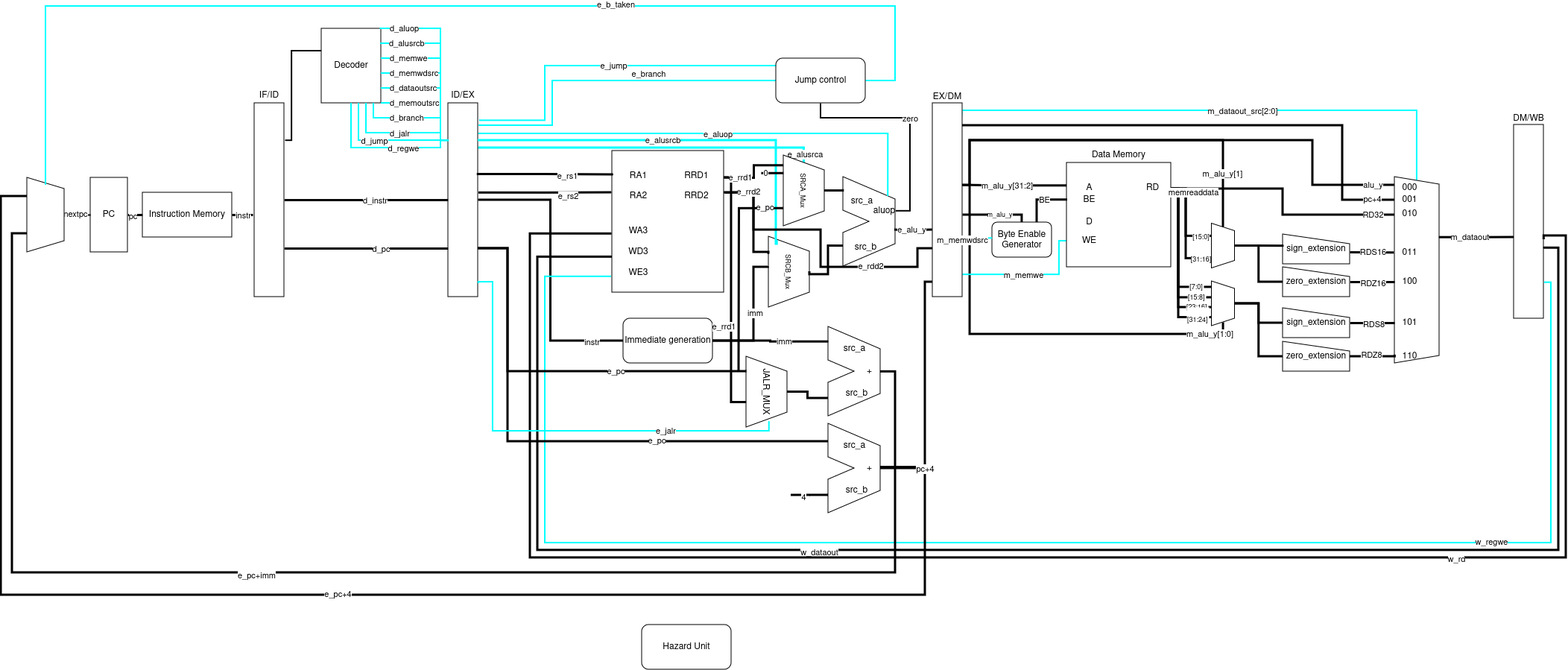
The draw.io diagram Zeptron-Sketch.png in zDox/Zeptron, before a commit. Source tidied: cells renumbered, new cells last; positions are measured from the earlier drawing's top-left corner, leaving out a move shared by most shapes.
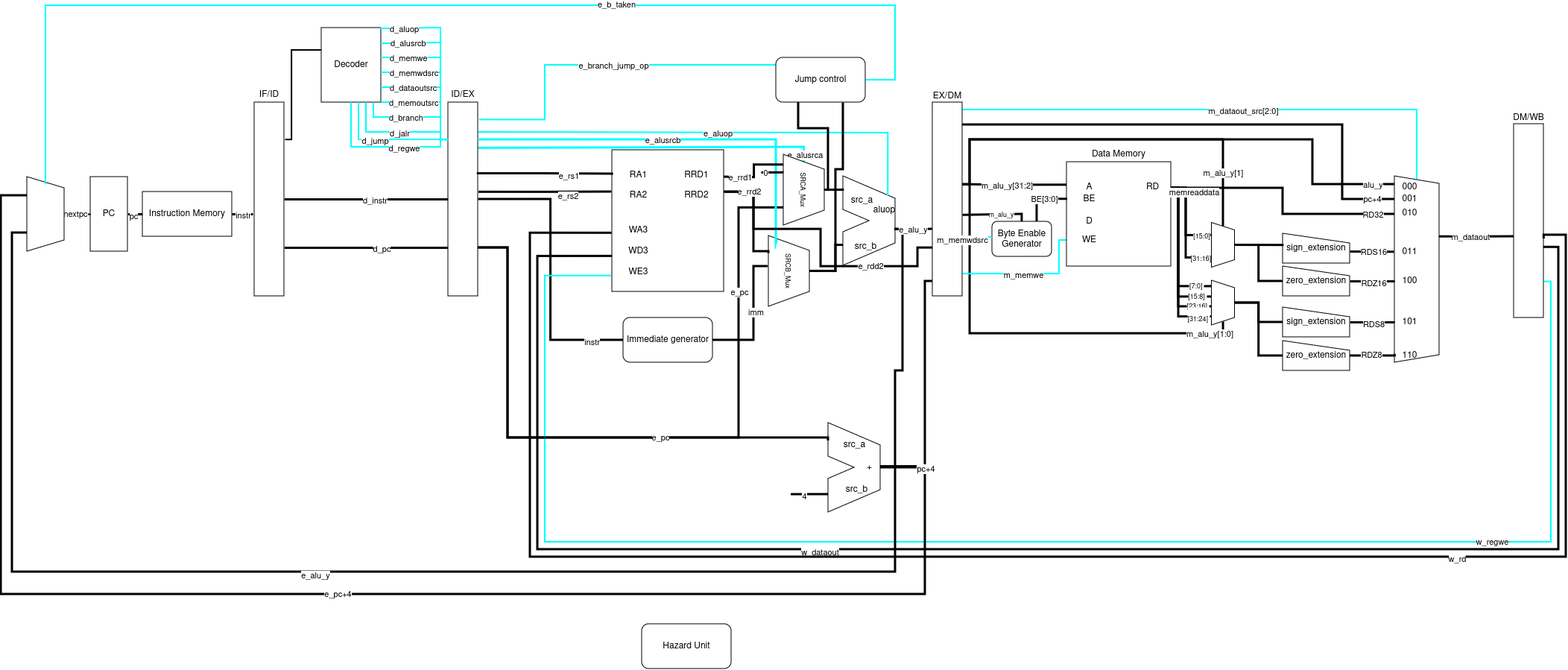
The same diagram one commit later.

What changed in the source:
```diff
@@ -2,6 +2,21 @@
   <root>
     <mxCell id="0" />
     <mxCell id="1" parent="0" />
+    <mxCell id="183" style="edgeStyle=orthogonalEdgeStyle;rounded=0;jettySize=auto;html=1;exitX=0.75;exitY=1;exitDx=0;exitDy=0;strokeWidth=3;endArrow=none;endFill=0;entryX=1;entryY=0.75;entryDx=0;entryDy=0;" parent="1" edge="1" source="185" target="34">
+      <mxGeometry relative="1" as="geometry">
+        <Array as="points">
+          <mxPoint x="990" y="271" />
+          <mxPoint x="990" y="580" />
+          <mxPoint x="680" y="580" />
+          <mxPoint x="680" y="325" />
+        </Array>
+      </mxGeometry>
+    </mxCell>
+    <mxCell id="184" value="e_pc" style="edgeLabel;html=1;align=center;verticalAlign=middle;" parent="183" vertex="1">
+      <mxGeometry x="-0.82" y="1" relative="1" as="geometry">
+        <mxPoint x="-1" y="86" as="offset" />
+      </mxGeometry>
+    </mxCell>
     <mxCell id="2" style="edgeStyle=orthogonalEdgeStyle;rounded=0;jettySize=auto;html=1;exitX=1;exitY=0.5;exitDx=0;exitDy=0;entryX=0;entryY=0.5;entryDx=0;entryDy=0;strokeWidth=3;endArrow=none;endFill=0;" parent="1" edge="1" source="4" target="112">
       <mxGeometry relative="1" as="geometry" />
     </mxCell>
@@ -191,17 +206,6 @@
         <mxPoint x="17" y="4" as="offset" />
       </mxGeometry>
     </mxCell>
-    <mxCell id="48" style="edgeStyle=orthogonalEdgeStyle;rounded=0;orthogonalLoop=1;jettySize=auto;html=1;exitX=1;exitY=0.5;exitDx=0;exitDy=0;exitPerimeter=0;entryX=0.022;entryY=0.611;entryDx=0;entryDy=0;entryPerimeter=0;startSize=6;targetPerimeterSpacing=0;strokeWidth=3;endArrow=none;endFill=0;" parent="1" edge="1">
-      <mxGeometry relative="1" as="geometry">
-        <mxPoint x="1199.1" y="300.1" as="sourcePoint" />
-        <mxPoint x="1250" y="300" as="targetPoint" />
-      </mxGeometry>
-    </mxCell>
-    <mxCell id="49" value="e_alu_y" style="edgeLabel;html=1;align=center;verticalAlign=middle;" parent="48" vertex="1">
-      <mxGeometry x="0.38" y="-2" relative="1" as="geometry">
-        <mxPoint x="-12" y="-2" as="offset" />
-      </mxGeometry>
-    </mxCell>
     <mxCell id="50" value="DM/WB" style="rounded=0;whiteSpace=wrap;html=1;labelPosition=center;verticalLabelPosition=top;align=center;verticalAlign=bottom;spacing=0;" parent="1" vertex="1">
       <mxGeometry x="2030" y="159" width="40" height="260" as="geometry" />
     </mxCell>
@@ -245,15 +249,23 @@
     <mxCell id="56" value="w_regwe" style="edgeLabel;html=1;align=center;verticalAlign=middle;" parent="55" vertex="1">
       <mxGeometry x="-0.59" y="-1" relative="1" as="geometry" />
     </mxCell>
+    <mxCell id="205" style="edgeStyle=orthogonalEdgeStyle;rounded=0;jettySize=auto;html=1;entryX=0.75;entryY=1;entryDx=0;entryDy=0;strokeWidth=3;endArrow=none;endFill=0;" parent="1" edge="1" source="57" target="179">
+      <mxGeometry relative="1" as="geometry">
+        <Array as="points">
+          <mxPoint x="1120" y="357" />
+          <mxPoint x="1120" y="220" />
+          <mxPoint x="1130" y="220" />
+        </Array>
+      </mxGeometry>
+    </mxCell>
     <mxCell id="57" value="&lt;font style=&quot;font-size: 9px;&quot;&gt;SRCB_Mux&lt;/font&gt;" style="shape=trapezoid;perimeter=trapezoidPerimeter;whiteSpace=wrap;html=1;fixedSize=1;rotation=90;" parent="1" vertex="1">
       <mxGeometry x="1010" y="329" width="95" height="55" as="geometry" />
     </mxCell>
     <mxCell id="58" style="edgeStyle=orthogonalEdgeStyle;rounded=0;jettySize=auto;html=1;exitX=0.5;exitY=0;exitDx=0;exitDy=0;entryX=0.001;entryY=0.772;entryDx=0;entryDy=0;entryPerimeter=0;endArrow=none;endFill=0;strokeWidth=3;" parent="1" edge="1" source="57" target="16">
       <mxGeometry relative="1" as="geometry">
         <Array as="points">
-          <mxPoint x="1085" y="360" />
-          <mxPoint x="1110" y="360" />
-          <mxPoint x="1110" y="322" />
+          <mxPoint x="1120" y="357" />
+          <mxPoint x="1120" y="322" />
         </Array>
       </mxGeometry>
     </mxCell>
@@ -605,33 +617,6 @@
         <mxPoint x="-2" as="offset" />
       </mxGeometry>
     </mxCell>
-    <mxCell id="125" style="edgeStyle=orthogonalEdgeStyle;rounded=0;jettySize=auto;html=1;exitX=1.017;exitY=0.382;exitDx=0;exitDy=0;exitPerimeter=0;entryX=0.5;entryY=1;entryDx=0;entryDy=0;strokeWidth=2;endArrow=none;endFill=0;" parent="1" edge="1" source="16" target="179">
-      <mxGeometry relative="1" as="geometry">
-        <Array as="points">
-          <mxPoint x="1220" y="275" />
-          <mxPoint x="1220" y="150" />
-          <mxPoint x="1100" y="150" />
-          <mxPoint x="1100" y="130" />
-        </Array>
-      </mxGeometry>
-    </mxCell>
-    <mxCell id="126" value="zero" style="edgeLabel;html=1;align=center;verticalAlign=middle;" parent="125" vertex="1">
-      <mxGeometry x="0.01" relative="1" as="geometry" />
-    </mxCell>
-    <mxCell id="127" style="edgeStyle=orthogonalEdgeStyle;rounded=0;jettySize=auto;html=1;entryX=0;entryY=0.5;entryDx=0;entryDy=0;strokeColor=#00FFFF;strokeWidth=2;endArrow=none;endFill=0;" parent="1" edge="1" target="179">
-      <mxGeometry relative="1" as="geometry">
-        <mxPoint x="641" y="160" as="sourcePoint" />
-        <Array as="points">
-          <mxPoint x="740" y="160" />
-          <mxPoint x="740" y="100" />
-        </Array>
-      </mxGeometry>
-    </mxCell>
-    <mxCell id="128" value="e_branch" style="edgeLabel;html=1;align=center;verticalAlign=middle;" parent="127" vertex="1">
-      <mxGeometry x="-0.25" relative="1" as="geometry">
-        <mxPoint x="115" y="-9" as="offset" />
-      </mxGeometry>
-    </mxCell>
     <mxCell id="129" style="edgeStyle=orthogonalEdgeStyle;rounded=0;jettySize=auto;html=1;entryX=0.008;entryY=0.192;entryDx=0;entryDy=0;entryPerimeter=0;strokeColor=#00FFFF;endArrow=none;endFill=0;strokeWidth=2;" parent="1" edge="1" target="34">
       <mxGeometry relative="1" as="geometry">
         <mxPoint x="500" y="130" as="sourcePoint" />
@@ -657,36 +642,7 @@
     <mxCell id="133" style="shape=trapezoid;perimeter=trapezoidPerimeter;whiteSpace=wrap;html=1;fixedSize=1;rotation=90;size=15;" parent="1" vertex="1">
       <mxGeometry x="10" y="255" width="100" height="50" as="geometry" />
     </mxCell>
-    <mxCell id="134" style="group;" parent="1" vertex="1">
-      <mxGeometry x="1100" y="430" width="95" height="120" as="geometry" />
-    </mxCell>
-    <mxCell id="135" style="shape=(stored shape, 348 characters);whiteSpace=wrap;html=1;" parent="134" vertex="1">
-      <mxGeometry x="10" width="70" height="120" as="geometry" />
-    </mxCell>
-    <mxCell id="136" value="src_a" style="text;html=1;align=center;verticalAlign=middle;strokeColor=none;fillColor=none;" parent="134" vertex="1">
-      <mxGeometry x="20" y="15" width="50" height="30" as="geometry" />
-    </mxCell>
-    <mxCell id="137" value="src_b" style="text;html=1;align=center;verticalAlign=middle;strokeColor=none;fillColor=none;" parent="134" vertex="1">
-      <mxGeometry x="22.5" y="75" width="50" height="30" as="geometry" />
-    </mxCell>
-    <mxCell id="138" value="+" style="text;html=1;align=center;verticalAlign=middle;points=[];strokeColor=none;fillColor=none;" parent="134" vertex="1">
-      <mxGeometry x="50" y="45" width="30" height="30" as="geometry" />
-    </mxCell>
-    <mxCell id="139" style="edgeStyle=orthogonalEdgeStyle;rounded=0;jettySize=auto;html=1;exitX=1;exitY=0.75;exitDx=0;exitDy=0;strokeWidth=3;endArrow=none;endFill=0;entryX=0.208;entryY=1.025;entryDx=0;entryDy=0;entryPerimeter=0;" parent="1" edge="1" source="34" target="163">
-      <mxGeometry relative="1" as="geometry">
-        <Array as="points">
-          <mxPoint x="680" y="325" />
-          <mxPoint x="680" y="490" />
-          <mxPoint x="1001" y="490" />
-        </Array>
-      </mxGeometry>
-    </mxCell>
-    <mxCell id="140" value="e_pc" style="edgeLabel;html=1;align=center;verticalAlign=middle;" parent="139" vertex="1">
-      <mxGeometry x="0.29" y="-2" relative="1" as="geometry">
-        <mxPoint x="8" y="-2" as="offset" />
-      </mxGeometry>
-    </mxCell>
-    <mxCell id="141" value="Immediate generation " style="rounded=1;whiteSpace=wrap;html=1;" parent="1" vertex="1">
+    <mxCell id="141" value="Immediate generator" style="rounded=1;whiteSpace=wrap;html=1;" parent="1" vertex="1">
       <mxGeometry x="835" y="419" width="120" height="60" as="geometry" />
     </mxCell>
     <mxCell id="142" style="edgeStyle=orthogonalEdgeStyle;rounded=0;jettySize=auto;html=1;exitX=1;exitY=0.5;exitDx=0;exitDy=0;entryX=0.421;entryY=1.016;entryDx=0;entryDy=0;entryPerimeter=0;strokeWidth=3;endArrow=none;endFill=0;" parent="1" edge="1" source="141" target="57">
@@ -701,15 +657,11 @@
     <mxCell id="143" value="imm" style="edgeLabel;html=1;align=center;verticalAlign=middle;" parent="142" vertex="1">
       <mxGeometry x="0.06" y="-2" relative="1" as="geometry" />
     </mxCell>
-    <mxCell id="144" style="edgeStyle=orthogonalEdgeStyle;rounded=0;jettySize=auto;html=1;exitX=1;exitY=0.5;exitDx=0;exitDy=0;entryX=0.007;entryY=0.168;entryDx=0;entryDy=0;entryPerimeter=0;strokeWidth=3;endArrow=none;endFill=0;" parent="1" edge="1" source="141" target="135">
-      <mxGeometry relative="1" as="geometry" />
-    </mxCell>
-    <mxCell id="145" value="imm" style="edgeLabel;html=1;align=center;verticalAlign=middle;" parent="144" vertex="1">
-      <mxGeometry x="0.24" relative="1" as="geometry" />
-    </mxCell>
-    <mxCell id="146" style="edgeStyle=orthogonalEdgeStyle;rounded=0;jettySize=auto;html=1;entryX=0.75;entryY=1;entryDx=0;entryDy=0;strokeWidth=3;endArrow=none;endFill=0;exitX=1.011;exitY=0.511;exitDx=0;exitDy=0;exitPerimeter=0;" parent="1" edge="1" source="138" target="133">
+    <mxCell id="146" style="edgeStyle=orthogonalEdgeStyle;rounded=0;jettySize=auto;html=1;entryX=0.75;entryY=1;entryDx=0;entryDy=0;strokeWidth=3;endArrow=none;endFill=0;exitX=0.992;exitY=0.594;exitDx=0;exitDy=0;exitPerimeter=0;" parent="1" edge="1" source="16" target="133">
       <mxGeometry relative="1" as="geometry">
         <Array as="points">
+          <mxPoint x="1210" y="300" />
+          <mxPoint x="1210" y="490" />
           <mxPoint x="1200" y="490" />
           <mxPoint x="1200" y="760" />
           <mxPoint x="15" y="760" />
@@ -717,7 +669,7 @@
         </Array>
       </mxGeometry>
     </mxCell>
-    <mxCell id="147" value="e_pc+imm" style="edgeLabel;html=1;align=center;verticalAlign=middle;" parent="146" vertex="1">
+    <mxCell id="147" value="e_alu_y" style="edgeLabel;html=1;align=center;verticalAlign=middle;" parent="146" vertex="1">
       <mxGeometry x="0.18" y="4" relative="1" as="geometry" />
     </mxCell>
     <mxCell id="148" style="group;" parent="1" vertex="1">
@@ -747,7 +699,8 @@
       <mxGeometry relative="1" as="geometry">
         <Array as="points">
           <mxPoint x="680" y="325" />
-          <mxPoint x="680" y="584" />
+          <mxPoint x="680" y="580" />
+          <mxPoint x="1110" y="580" />
         </Array>
       </mxGeometry>
     </mxCell>
@@ -801,25 +754,6 @@
         <mxPoint x="229" y="100" as="offset" />
       </mxGeometry>
     </mxCell>
-    <mxCell id="163" value="JALR_MUX" style="shape=trapezoid;perimeter=trapezoidPerimeter;whiteSpace=wrap;html=1;fixedSize=1;rotation=90;" parent="1" vertex="1">
-      <mxGeometry x="980" y="490" width="95" height="55" as="geometry" />
-    </mxCell>
-    <mxCell id="164" style="edgeStyle=orthogonalEdgeStyle;rounded=0;jettySize=auto;html=1;exitX=0.5;exitY=0;exitDx=0;exitDy=0;entryX=0;entryY=0.8;entryDx=0;entryDy=0;entryPerimeter=0;endArrow=none;endFill=0;endSize=6;strokeWidth=3;" parent="1" edge="1" source="163" target="135">
-      <mxGeometry relative="1" as="geometry" />
-    </mxCell>
-    <mxCell id="165" style="edgeStyle=orthogonalEdgeStyle;rounded=0;jettySize=auto;html=1;exitX=0.646;exitY=0.996;exitDx=0;exitDy=0;entryX=1.002;entryY=0.189;entryDx=0;entryDy=0;entryPerimeter=0;strokeWidth=3;endArrow=none;endFill=0;exitPerimeter=0;" parent="1" edge="1" source="163" target="7">
-      <mxGeometry relative="1" as="geometry">
-        <Array as="points">
-          <mxPoint x="980" y="531" />
-          <mxPoint x="980" y="230" />
-        </Array>
-      </mxGeometry>
-    </mxCell>
-    <mxCell id="166" value="e_rrd1" style="edgeLabel;html=1;align=center;verticalAlign=middle;" parent="165" vertex="1">
-      <mxGeometry x="-0.32" y="1" relative="1" as="geometry">
-        <mxPoint x="-9" y="-9" as="offset" />
-      </mxGeometry>
-    </mxCell>
     <mxCell id="167" style="edgeStyle=orthogonalEdgeStyle;rounded=0;jettySize=auto;html=1;exitX=0;exitY=0.75;exitDx=0;exitDy=0;entryX=1.008;entryY=0.296;entryDx=0;entryDy=0;entryPerimeter=0;endArrow=none;endFill=0;strokeWidth=3;" parent="1" edge="1" source="43" target="7">
       <mxGeometry relative="1" as="geometry">
         <Array as="points">
@@ -848,19 +782,6 @@
     <mxCell id="170" value="e_rrd2" style="edgeLabel;html=1;align=center;verticalAlign=middle;" parent="169" vertex="1">
       <mxGeometry x="-0.55" y="1" relative="1" as="geometry" />
     </mxCell>
-    <mxCell id="171" style="edgeStyle=orthogonalEdgeStyle;rounded=0;jettySize=auto;html=1;exitX=1.02;exitY=0.929;exitDx=0;exitDy=0;entryX=0.917;entryY=0.44;entryDx=0;entryDy=0;entryPerimeter=0;exitPerimeter=0;strokeWidth=2;strokeColor=#00FFFF;endArrow=none;endFill=0;" parent="1" edge="1" source="34" target="163">
-      <mxGeometry relative="1" as="geometry">
-        <Array as="points">
-          <mxPoint x="641" y="370" />
-          <mxPoint x="660" y="370" />
-          <mxPoint x="660" y="570" />
-          <mxPoint x="1031" y="570" />
-        </Array>
-      </mxGeometry>
-    </mxCell>
-    <mxCell id="172" value="e_jalr" style="edgeLabel;html=1;align=center;verticalAlign=middle;" parent="171" vertex="1">
-      <mxGeometry x="0.5" relative="1" as="geometry" />
-    </mxCell>
     <mxCell id="173" style="edgeStyle=orthogonalEdgeStyle;rounded=0;jettySize=auto;html=1;exitX=0.75;exitY=1;exitDx=0;exitDy=0;entryX=0.032;entryY=0.194;entryDx=0;entryDy=0;entryPerimeter=0;strokeWidth=2;endArrow=none;endFill=0;strokeColor=#00FFFF;" parent="1" edge="1" source="5" target="34">
       <mxGeometry relative="1" as="geometry">
         <Array as="points">
@@ -896,7 +817,7 @@
         </Array>
       </mxGeometry>
     </mxCell>
-    <mxCell id="178" value="e_jump" style="edgeLabel;html=1;align=center;verticalAlign=middle;" parent="177" vertex="1">
+    <mxCell id="178" value="e_branch_jump_op" style="edgeLabel;html=1;align=center;verticalAlign=middle;" parent="177" vertex="1">
       <mxGeometry x="0.07" relative="1" as="geometry" />
     </mxCell>
     <mxCell id="179" value="Jump control" style="rounded=1;whiteSpace=wrap;html=1;" parent="1" vertex="1">
@@ -913,16 +834,6 @@
     <mxCell id="182" value="0" style="edgeLabel;html=1;align=center;verticalAlign=middle;" parent="181" vertex="1">
       <mxGeometry x="0.6" relative="1" as="geometry" />
     </mxCell>
-    <mxCell id="183" style="edgeStyle=orthogonalEdgeStyle;rounded=0;jettySize=auto;html=1;exitX=0.75;exitY=1;exitDx=0;exitDy=0;strokeWidth=3;endArrow=none;endFill=0;" parent="1" edge="1" source="185">
-      <mxGeometry relative="1" as="geometry">
-        <mxPoint x="990" y="490" as="targetPoint" />
-      </mxGeometry>
-    </mxCell>
-    <mxCell id="184" value="e_pc" style="edgeLabel;html=1;align=center;verticalAlign=middle;" parent="183" vertex="1">
-      <mxGeometry x="-0.82" y="1" relative="1" as="geometry">
-        <mxPoint y="-2" as="offset" />
-      </mxGeometry>
-    </mxCell>
     <mxCell id="185" value="&lt;div&gt;&lt;font style=&quot;font-size: 9px;&quot;&gt;SRCA_Mux&lt;/font&gt;&lt;/div&gt;" style="shape=trapezoid;perimeter=trapezoidPerimeter;whiteSpace=wrap;html=1;fixedSize=1;rotation=90;" parent="1" vertex="1">
       <mxGeometry x="1030" y="220" width="95" height="55" as="geometry" />
     </mxCell>
@@ -1009,10 +920,30 @@
     <mxCell id="203" style="edgeStyle=orthogonalEdgeStyle;rounded=0;jettySize=auto;html=1;exitX=0.75;exitY=0;exitDx=0;exitDy=0;entryX=0.007;entryY=0.355;entryDx=0;entryDy=0;entryPerimeter=0;strokeWidth=3;endArrow=none;endFill=0;" parent="1" edge="1" source="200" target="62">
       <mxGeometry relative="1" as="geometry" />
     </mxCell>
-    <mxCell id="204" value="BE" style="edgeLabel;html=1;align=center;verticalAlign=middle;rotation=0;" parent="203" vertex="1">
+    <mxCell id="204" value="BE[3:0]" style="edgeLabel;html=1;align=center;verticalAlign=middle;rotation=0;" parent="203" vertex="1">
       <mxGeometry x="0.49" relative="1" as="geometry">
         <mxPoint x="-13" as="offset" />
       </mxGeometry>
     </mxCell>
+    <mxCell id="206" style="edgeStyle=orthogonalEdgeStyle;rounded=0;jettySize=auto;html=1;exitX=0.5;exitY=0;exitDx=0;exitDy=0;endArrow=none;endFill=0;strokeWidth=3;entryX=0.25;entryY=1;entryDx=0;entryDy=0;" parent="1" edge="1" source="185" target="179">
+      <mxGeometry relative="1" as="geometry">
+        <Array as="points">
+          <mxPoint x="1110" y="248" />
+          <mxPoint x="1110" y="165" />
+          <mxPoint x="1070" y="165" />
+        </Array>
+      </mxGeometry>
+    </mxCell>
+    <mxCell id="48" style="edgeStyle=orthogonalEdgeStyle;rounded=0;orthogonalLoop=1;jettySize=auto;html=1;exitX=1;exitY=0.5;exitDx=0;exitDy=0;exitPerimeter=0;entryX=0.022;entryY=0.611;entryDx=0;entryDy=0;entryPerimeter=0;startSize=6;targetPerimeterSpacing=0;strokeWidth=3;endArrow=none;endFill=0;" parent="1" edge="1">
+      <mxGeometry relative="1" as="geometry">
+        <mxPoint x="1199.1" y="300.1" as="sourcePoint" />
+        <mxPoint x="1250" y="300" as="targetPoint" />
+      </mxGeometry>
+    </mxCell>
+    <mxCell id="49" value="e_alu_y" style="edgeLabel;html=1;align=center;verticalAlign=middle;" parent="48" vertex="1">
+      <mxGeometry x="0.38" y="-2" relative="1" as="geometry">
+        <mxPoint x="-12" y="-2" as="offset" />
+      </mxGeometry>
+    </mxCell>
   </root>
 </mxGraphModel>
```
